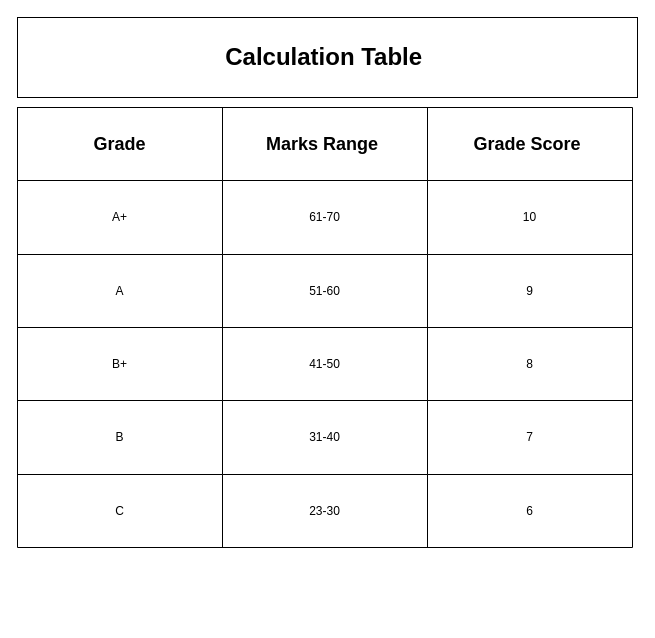
Above: SGPA/table.drawio in Prayanshuchourasia-01/SPGA-CGPA-calculator (draw.io), before the change. Source tidied: cells renumbered, new cells numbered last; positions are measured from the earlier drawing's top-left corner, leaving out a move shared by most shapes. Both pictures are drawn from the tidied source at 100%, with x=0, y=0 at pixel (17, 17).
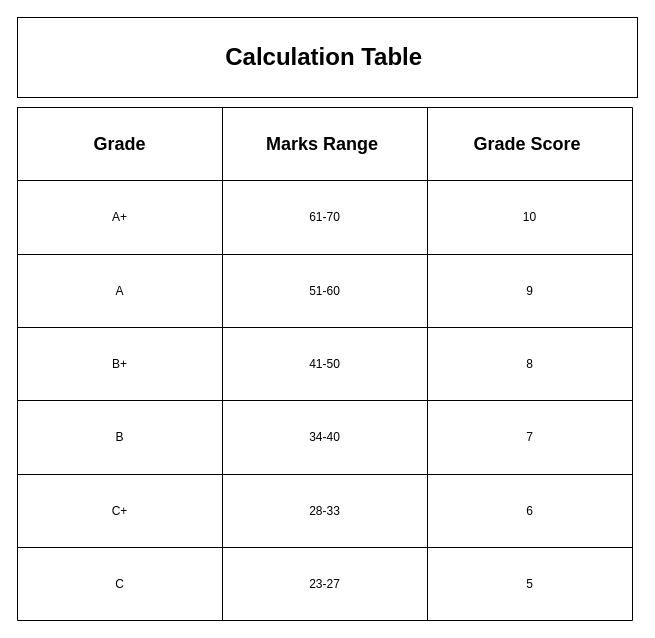
Above is the later version.

The change refers to these unchanged cells:
```xml
<mxCell id="21" style="shape=tableRow;horizontal=0;startSize=0;swimlaneHead=0;swimlaneBody=0;top=0;left=0;bottom=0;right=0;fillColor=none;" parent="16" vertex="1">
  <mxGeometry y="73" width="615" height="74" as="geometry" />
</mxCell>
```

What changed in the source:
```diff
@@
     <mxCell id="16" style="shape=table;html=1;whiteSpace=wrap;startSize=0;childLayout=tableLayout;" parent="1" vertex="1">
-      <mxGeometry y="310" width="615" height="220" as="geometry" />
+      <mxGeometry y="310" width="615" height="293" as="geometry" />
     </mxCell>
@@
-    <mxCell id="23" value="31-40" style="shape=partialRectangle;html=1;whiteSpace=wrap;fillColor=none;top=0;left=0;bottom=0;right=0;overflow=hidden;" parent="21" vertex="1">
+    <mxCell id="23" value="34-40" style="shape=partialRectangle;html=1;whiteSpace=wrap;fillColor=none;top=0;left=0;bottom=0;right=0;overflow=hidden;" parent="21" vertex="1">
       <mxGeometry x="205" width="205" height="74" as="geometry" />
     </mxCell>
@@
+    <mxCell id="29" style="shape=tableRow;horizontal=0;startSize=0;swimlaneHead=0;swimlaneBody=0;top=0;left=0;bottom=0;right=0;fillColor=none;" parent="16" vertex="1">
+      <mxGeometry y="147" width="615" height="73" as="geometry" />
+    </mxCell>
+    <mxCell id="30" value="C+" style="shape=partialRectangle;html=1;whiteSpace=wrap;fillColor=none;top=0;left=0;bottom=0;right=0;overflow=hidden;" parent="29" vertex="1">
+      <mxGeometry width="205" height="73" as="geometry" />
+    </mxCell>
+    <mxCell id="31" value="28-33" style="shape=partialRectangle;html=1;whiteSpace=wrap;fillColor=none;top=0;left=0;bottom=0;right=0;overflow=hidden;" parent="29" vertex="1">
+      <mxGeometry x="205" width="205" height="73" as="geometry" />
+    </mxCell>
+    <mxCell id="32" value="6" style="shape=partialRectangle;html=1;whiteSpace=wrap;fillColor=none;top=0;left=0;bottom=0;right=0;overflow=hidden;" parent="29" vertex="1">
+      <mxGeometry x="410" width="205" height="73" as="geometry" />
+    </mxCell>
     <mxCell id="25" style="shape=tableRow;horizontal=0;startSize=0;swimlaneHead=0;swimlaneBody=0;top=0;left=0;bottom=0;right=0;fillColor=none;" parent="16" vertex="1">
-      <mxGeometry y="147" width="615" height="73" as="geometry" />
+      <mxGeometry y="220" width="615" height="73" as="geometry" />
     </mxCell>
@@
-    <mxCell id="27" value="23-30" style="shape=partialRectangle;html=1;whiteSpace=wrap;fillColor=none;top=0;left=0;bottom=0;right=0;overflow=hidden;" parent="25" vertex="1">
+    <mxCell id="27" value="23-27" style="shape=partialRectangle;html=1;whiteSpace=wrap;fillColor=none;top=0;left=0;bottom=0;right=0;overflow=hidden;" parent="25" vertex="1">
       <mxGeometry x="205" width="205" height="73" as="geometry" />
     </mxCell>
-    <mxCell id="28" value="6" style="shape=partialRectangle;html=1;whiteSpace=wrap;fillColor=none;top=0;left=0;bottom=0;right=0;overflow=hidden;" parent="25" vertex="1">
+    <mxCell id="28" value="5" style="shape=partialRectangle;html=1;whiteSpace=wrap;fillColor=none;top=0;left=0;bottom=0;right=0;overflow=hidden;" parent="25" vertex="1">
       <mxGeometry x="410" width="205" height="73" as="geometry" />
     </mxCell>
```
